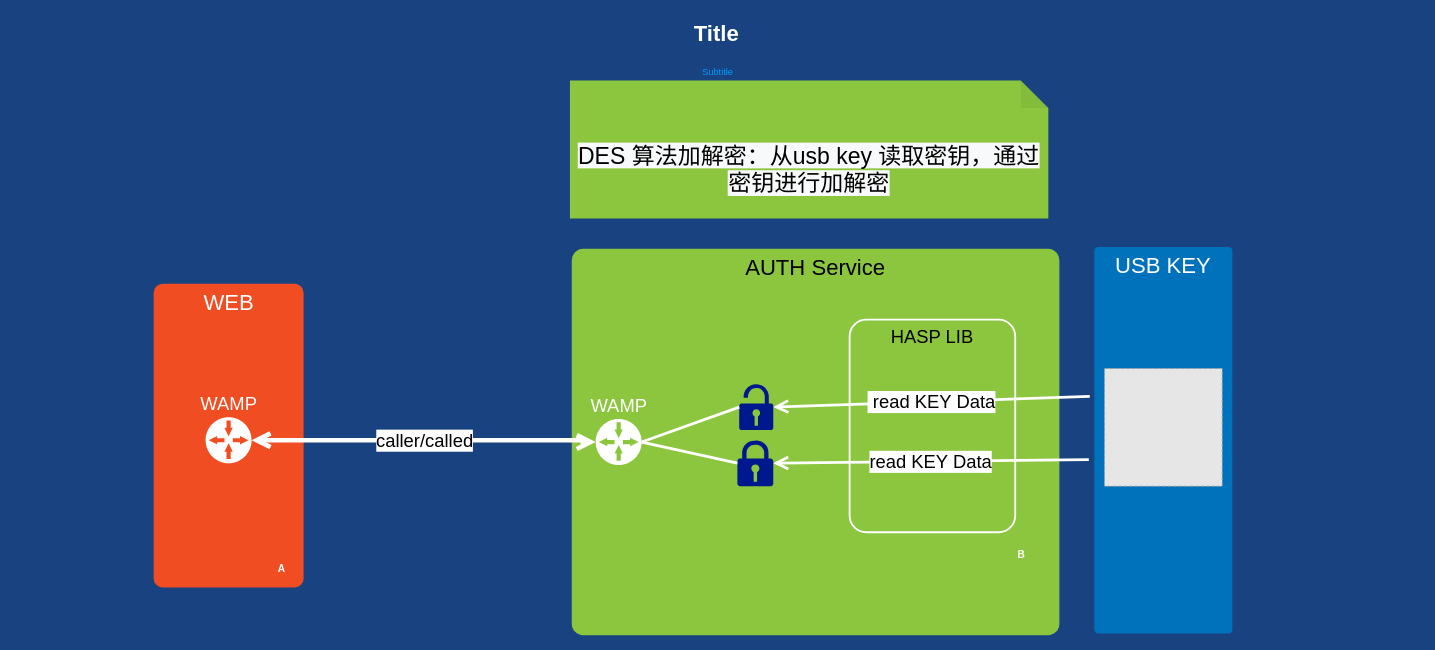
This is RCS APP/gaia数据加密设计.drawio from uyuy2043/yy, a draw.io file, before an edit. Source tidied: cells renumbered, new cells numbered last; positions are measured from the earlier drawing's top-left corner, leaving out a move shared by most shapes. Both pictures are drawn from the tidied source at 92%, with x=0, y=0 at pixel (16, 16). Pictures stored in the file or linked from it are replaced by grey dashed boxes.
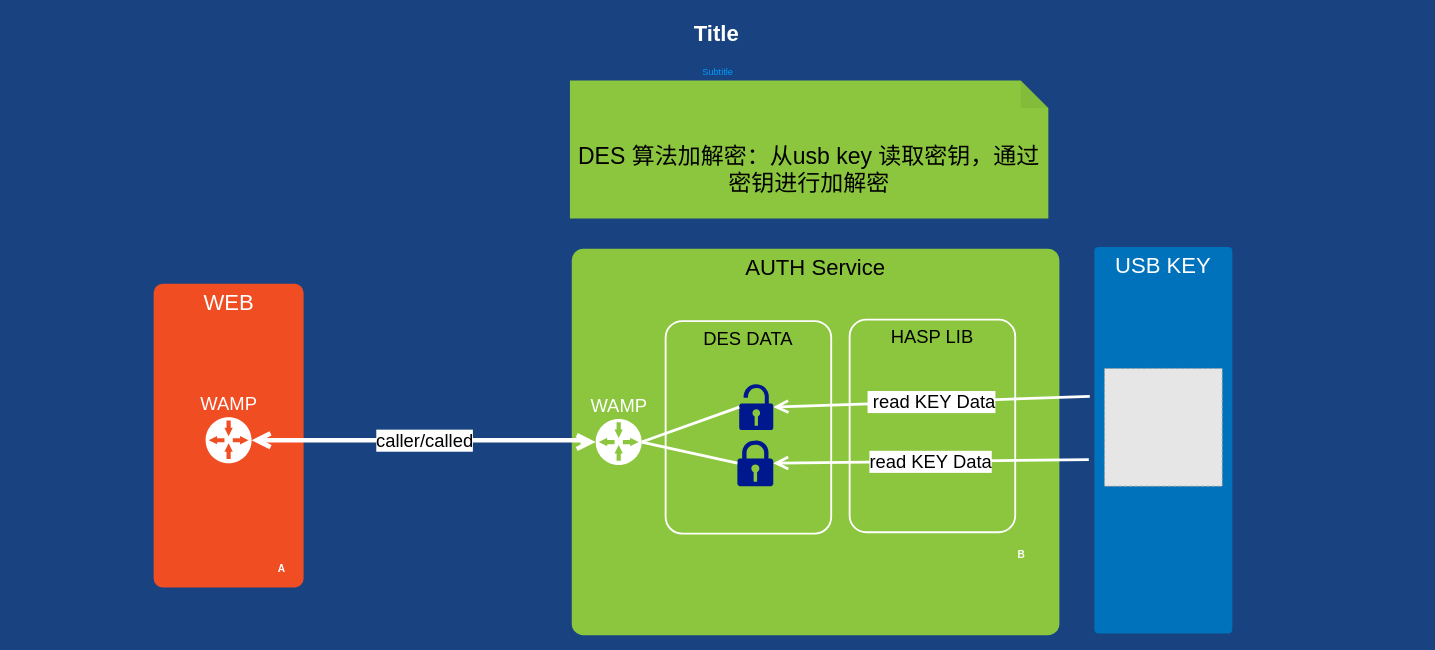
After the change.

Commit message (it also covers changes not shown here):
Update gaia数据加密设计.drawio

What changed in the source:
```diff
@@
-    <mxCell id="19" value="&#10;&#10;&lt;span style=&quot;color: rgb(0, 0, 0); font-family: helvetica; font-size: 25px; font-style: normal; font-weight: 400; letter-spacing: normal; text-align: center; text-indent: 0px; text-transform: none; word-spacing: 0px; background-color: rgb(248, 249, 250); display: inline; float: none;&quot;&gt;DES 算法加解密：从usb key 读取密钥，通过密钥进行加解密&lt;/span&gt;&#10;&#10;" style="shape=note;whiteSpace=wrap;html=1;backgroundOutline=1;darkOpacity=0.05;rounded=1;shadow=0;fontSize=25;verticalAlign=top;strokeColor=none;strokeWidth=2;fillColor=#8BC63E;arcSize=3;" parent="1" vertex="1">
+    <mxCell id="19" value="&#10;&#10;&lt;span style=&quot;color: rgb(0, 0, 0); font-family: helvetica; font-size: 25px; font-style: normal; font-weight: 400; letter-spacing: normal; text-align: center; text-indent: 0px; text-transform: none; word-spacing: 0px; display: inline; float: none;&quot;&gt;DES 算法加解密：从usb key 读取密钥，通过密钥进行加解密&lt;/span&gt;&#10;&#10;" style="shape=note;whiteSpace=wrap;html=1;backgroundOutline=1;darkOpacity=0.05;rounded=1;shadow=0;fontSize=25;verticalAlign=top;strokeColor=none;strokeWidth=2;fillColor=#8BC63E;arcSize=3;labelBackgroundColor=none;" parent="1" vertex="1">
       <mxGeometry x="602" y="70" width="520" height="150" as="geometry" />
     </mxCell>
@@
+    <mxCell id="22" value="DES DATA" style="rounded=1;whiteSpace=wrap;html=1;shadow=0;strokeWidth=2;fillColor=none;fontSize=20;fontColor=#000000;align=center;strokeColor=#FFFFFF;arcSize=10;verticalAlign=top;" parent="1" vertex="1">
+      <mxGeometry x="706" y="331.5" width="180" height="231" as="geometry" />
+    </mxCell>
```
